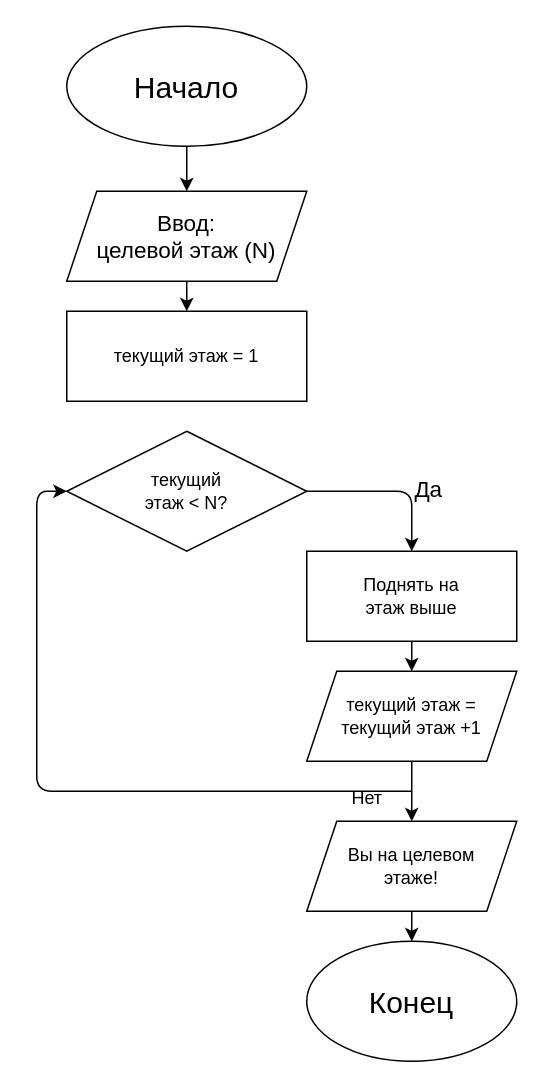
The draw.io diagram diagrams/step6_stairs_while.drawio in nika0-0-11/Lab17_Algorithms_Gvozdeva_Deushev, before the edit. Source tidied: cells renumbered, new cells numbered last; positions are measured from the earlier drawing's top-left corner, leaving out a move shared by most shapes. Both pictures are drawn from the tidied source at 150%, with x=0, y=0 at pixel (36, 26).
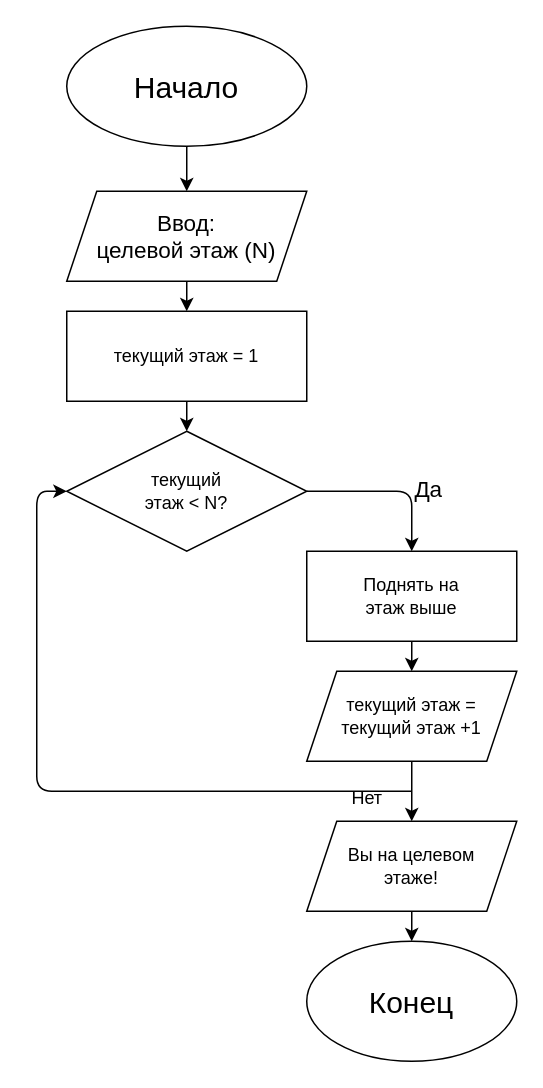
The same diagram, later.

Commit message (it also covers changes not shown here):
Step 7 arrays

The change refers to these unchanged cells:
```xml
<mxCell id="6" value="текущий этаж = 1" style="rounded=0;whiteSpace=wrap;html=1;" parent="1" vertex="1">
  <mxGeometry x="20" y="190" width="160" height="60" as="geometry" />
</mxCell>
<mxCell id="9" value="текущий&lt;div&gt;этаж &amp;lt; N?&lt;/div&gt;" style="rhombus;whiteSpace=wrap;html=1;" parent="1" vertex="1">
  <mxGeometry x="20" y="270" width="160" height="80" as="geometry" />
</mxCell>
```

What changed in the source:
```diff
@@
+    <mxCell id="19" style="edgeStyle=none;html=1;exitX=0.5;exitY=1;exitDx=0;exitDy=0;entryX=0.5;entryY=0;entryDx=0;entryDy=0;" parent="1" edge="1" source="6" target="9">
+      <mxGeometry relative="1" as="geometry" />
+    </mxCell>
```
